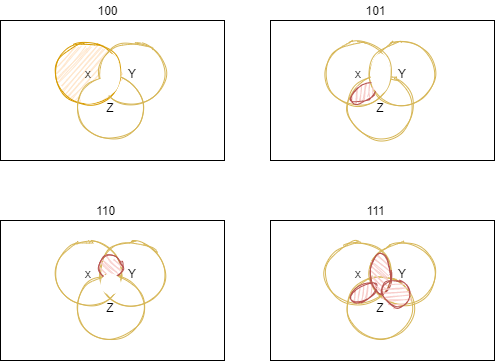
The draw.io diagram logicDesign/img/venn/solution2.png in Asncodes-80/handouting_hws, before a commit. Source tidied: cells renumbered, new cells last; positions are measured from the earlier drawing's top-left corner, leaving out a move shared by most shapes. Its diagram source:
```xml
<mxGraphModel>
  <root>
    <mxCell id="0" />
    <mxCell id="1" parent="0" />
    <mxCell id="2" style="group;" parent="1" vertex="1">
      <mxGeometry width="224" height="160" as="geometry" />
    </mxCell>
    <mxCell id="3" style="rounded=0;whiteSpace=wrap;html=1;" parent="2" vertex="1">
      <mxGeometry y="20" width="224" height="140" as="geometry" />
    </mxCell>
    <mxCell id="4" value="x" style="ellipse;whiteSpace=wrap;html=1;strokeColor=#d79b00;sketch=1;fillColor=#ffe6cc;" parent="2" vertex="1">
      <mxGeometry x="55.6" y="41.2" width="63.8" height="63.8" as="geometry" />
    </mxCell>
    <mxCell id="5" value="Y" style="ellipse;whiteSpace=wrap;html=1;strokeColor=#d6b656;sketch=1;fillColor=none;" parent="2" vertex="1">
      <mxGeometry x="100" y="41.2" width="63.8" height="63.8" as="geometry" />
    </mxCell>
    <mxCell id="6" value="Z" style="ellipse;whiteSpace=wrap;html=1;strokeColor=#d6b656;sketch=1;fillColor=none;" parent="2" vertex="1">
      <mxGeometry x="78.1" y="75" width="63.8" height="63.8" as="geometry" />
    </mxCell>
    <mxCell id="7" style="ellipse;whiteSpace=wrap;html=1;shadow=0;sketch=0;rotation=90;fontColor=#333333;strokeColor=none;" parent="2" vertex="1">
      <mxGeometry x="90" y="63.1" width="40" height="20" as="geometry" />
    </mxCell>
    <mxCell id="8" value="100" style="text;html=1;align=center;verticalAlign=middle;" parent="2" vertex="1">
      <mxGeometry x="87" width="40" height="20" as="geometry" />
    </mxCell>
    <mxCell id="9" style="ellipse;whiteSpace=wrap;html=1;shadow=0;sketch=0;rotation=-210;fontColor=#333333;strokeColor=none;" parent="2" vertex="1">
      <mxGeometry x="77.9" y="80.1" width="40" height="20" as="geometry" />
    </mxCell>
    <mxCell id="10" style="group;" parent="1" vertex="1">
      <mxGeometry y="200" width="224" height="160" as="geometry" />
    </mxCell>
    <mxCell id="11" style="group;" parent="10" vertex="1">
      <mxGeometry width="224" height="160" as="geometry" />
    </mxCell>
    <mxCell id="12" style="rounded=0;whiteSpace=wrap;html=1;" parent="11" vertex="1">
      <mxGeometry y="20" width="224" height="140" as="geometry" />
    </mxCell>
    <mxCell id="13" value="x" style="ellipse;whiteSpace=wrap;html=1;strokeColor=#d6b656;sketch=1;fillColor=none;" parent="11" vertex="1">
      <mxGeometry x="55.6" y="41.2" width="63.8" height="63.8" as="geometry" />
    </mxCell>
    <mxCell id="14" value="Y" style="ellipse;whiteSpace=wrap;html=1;strokeColor=#d6b656;sketch=1;fillColor=none;" parent="11" vertex="1">
      <mxGeometry x="100" y="41.2" width="63.8" height="63.8" as="geometry" />
    </mxCell>
    <mxCell id="15" value="Z" style="ellipse;whiteSpace=wrap;html=1;strokeColor=#d6b656;sketch=1;fillColor=none;" parent="11" vertex="1">
      <mxGeometry x="78.1" y="75" width="63.8" height="63.8" as="geometry" />
    </mxCell>
    <mxCell id="16" value="110" style="text;html=1;align=center;verticalAlign=middle;" parent="11" vertex="1">
      <mxGeometry x="90" width="30" height="20" as="geometry" />
    </mxCell>
    <mxCell id="17" style="ellipse;whiteSpace=wrap;html=1;shadow=0;sketch=1;rotation=90;strokeColor=#b85450;fillColor=#f8cecc;" parent="11" vertex="1">
      <mxGeometry x="98.5" y="55" width="23" height="23.1" as="geometry" />
    </mxCell>
    <mxCell id="18" style="ellipse;whiteSpace=wrap;html=1;shadow=0;sketch=0;rotation=90;fontColor=#333333;strokeColor=none;" parent="11" vertex="1">
      <mxGeometry x="99.7" y="73.3" width="21.1" height="20.5" as="geometry" />
    </mxCell>
    <mxCell id="19" style="group;" parent="1" vertex="1">
      <mxGeometry x="270" y="200" width="224" height="160" as="geometry" />
    </mxCell>
    <mxCell id="20" style="rounded=0;whiteSpace=wrap;html=1;" parent="19" vertex="1">
      <mxGeometry y="20" width="224" height="140" as="geometry" />
    </mxCell>
    <mxCell id="21" value="x" style="ellipse;whiteSpace=wrap;html=1;strokeColor=#d6b656;sketch=1;fillColor=none;" parent="19" vertex="1">
      <mxGeometry x="55.6" y="41.2" width="63.8" height="63.8" as="geometry" />
    </mxCell>
    <mxCell id="22" value="Y" style="ellipse;whiteSpace=wrap;html=1;strokeColor=#d6b656;sketch=1;fillColor=none;" parent="19" vertex="1">
      <mxGeometry x="100" y="41.2" width="63.8" height="63.8" as="geometry" />
    </mxCell>
    <mxCell id="23" value="Z" style="ellipse;whiteSpace=wrap;html=1;strokeColor=#d6b656;sketch=1;fillColor=none;" parent="19" vertex="1">
      <mxGeometry x="78.1" y="75" width="63.8" height="63.8" as="geometry" />
    </mxCell>
    <mxCell id="24" value="111" style="text;html=1;align=center;verticalAlign=middle;" parent="19" vertex="1">
      <mxGeometry x="90" width="30" height="20" as="geometry" />
    </mxCell>
    <mxCell id="25" style="ellipse;whiteSpace=wrap;html=1;shadow=0;sketch=1;rotation=-215;strokeColor=#b85450;fillColor=#f8cecc;" parent="19" vertex="1">
      <mxGeometry x="79.1" y="85.1" width="28.7" height="15" as="geometry" />
    </mxCell>
    <mxCell id="26" style="ellipse;whiteSpace=wrap;html=1;shadow=0;sketch=1;rotation=90;strokeColor=#b85450;fillColor=#f8cecc;" parent="19" vertex="1">
      <mxGeometry x="90" y="63.1" width="40" height="20" as="geometry" />
    </mxCell>
    <mxCell id="27" style="ellipse;whiteSpace=wrap;html=1;shadow=0;sketch=1;rotation=45;strokeColor=#b85450;fillColor=#f8cecc;" parent="19" vertex="1">
      <mxGeometry x="111.3" y="80.7" width="28.7" height="24.9" as="geometry" />
    </mxCell>
    <mxCell id="28" style="group;" parent="1" vertex="1">
      <mxGeometry x="270" width="224" height="160" as="geometry" />
    </mxCell>
    <mxCell id="29" style="rounded=0;whiteSpace=wrap;html=1;" parent="28" vertex="1">
      <mxGeometry y="20" width="224" height="140" as="geometry" />
    </mxCell>
    <mxCell id="30" value="x" style="ellipse;whiteSpace=wrap;html=1;strokeColor=#d6b656;sketch=1;fillColor=none;" parent="28" vertex="1">
      <mxGeometry x="55.6" y="41.2" width="63.8" height="63.8" as="geometry" />
    </mxCell>
    <mxCell id="31" value="Y" style="ellipse;whiteSpace=wrap;html=1;strokeColor=#d6b656;sketch=1;fillColor=none;" parent="28" vertex="1">
      <mxGeometry x="100" y="41.2" width="63.8" height="63.8" as="geometry" />
    </mxCell>
    <mxCell id="32" value="Z" style="ellipse;whiteSpace=wrap;html=1;strokeColor=#d6b656;sketch=1;fillColor=none;" parent="28" vertex="1">
      <mxGeometry x="78.1" y="75" width="63.8" height="63.8" as="geometry" />
    </mxCell>
    <mxCell id="33" value="101" style="text;html=1;align=center;verticalAlign=middle;" parent="28" vertex="1">
      <mxGeometry x="85" width="40" height="20" as="geometry" />
    </mxCell>
    <mxCell id="34" style="ellipse;whiteSpace=wrap;html=1;shadow=0;sketch=1;rotation=-215;strokeColor=#b85450;fillColor=#f8cecc;" parent="28" vertex="1">
      <mxGeometry x="79.1" y="85.1" width="28.7" height="15" as="geometry" />
    </mxCell>
    <mxCell id="35" style="ellipse;whiteSpace=wrap;html=1;shadow=0;sketch=0;rotation=90;fontColor=#333333;strokeColor=none;" parent="28" vertex="1">
      <mxGeometry x="90" y="63.1" width="40" height="20" as="geometry" />
    </mxCell>
  </root>
</mxGraphModel>
```
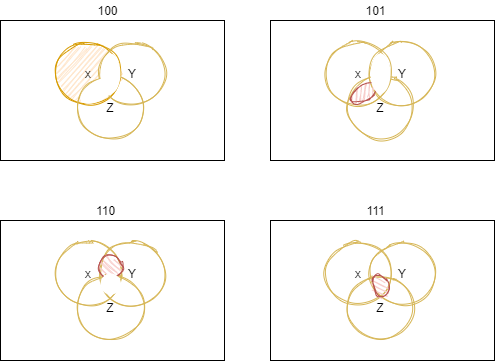
Later version of the same file.

Diff of the diagram source:
```diff
@@ -71,14 +71,8 @@
     <mxCell id="24" value="111" style="text;html=1;align=center;verticalAlign=middle;" parent="19" vertex="1">
       <mxGeometry x="90" width="30" height="20" as="geometry" />
     </mxCell>
-    <mxCell id="25" style="ellipse;whiteSpace=wrap;html=1;shadow=0;sketch=1;rotation=-215;strokeColor=#b85450;fillColor=#f8cecc;" parent="19" vertex="1">
-      <mxGeometry x="79.1" y="85.1" width="28.7" height="15" as="geometry" />
-    </mxCell>
-    <mxCell id="26" style="ellipse;whiteSpace=wrap;html=1;shadow=0;sketch=1;rotation=90;strokeColor=#b85450;fillColor=#f8cecc;" parent="19" vertex="1">
-      <mxGeometry x="90" y="63.1" width="40" height="20" as="geometry" />
-    </mxCell>
-    <mxCell id="27" style="ellipse;whiteSpace=wrap;html=1;shadow=0;sketch=1;rotation=45;strokeColor=#b85450;fillColor=#f8cecc;" parent="19" vertex="1">
-      <mxGeometry x="111.3" y="80.7" width="28.7" height="24.9" as="geometry" />
+    <mxCell id="27" style="ellipse;whiteSpace=wrap;html=1;shadow=0;sketch=1;rotation=75;strokeColor=#b85450;fillColor=#f8cecc;" parent="19" vertex="1">
+      <mxGeometry x="99" y="78" width="22.4" height="15" as="geometry" />
     </mxCell>
     <mxCell id="28" style="group;" parent="1" vertex="1">
       <mxGeometry x="270" width="224" height="160" as="geometry" />
```
